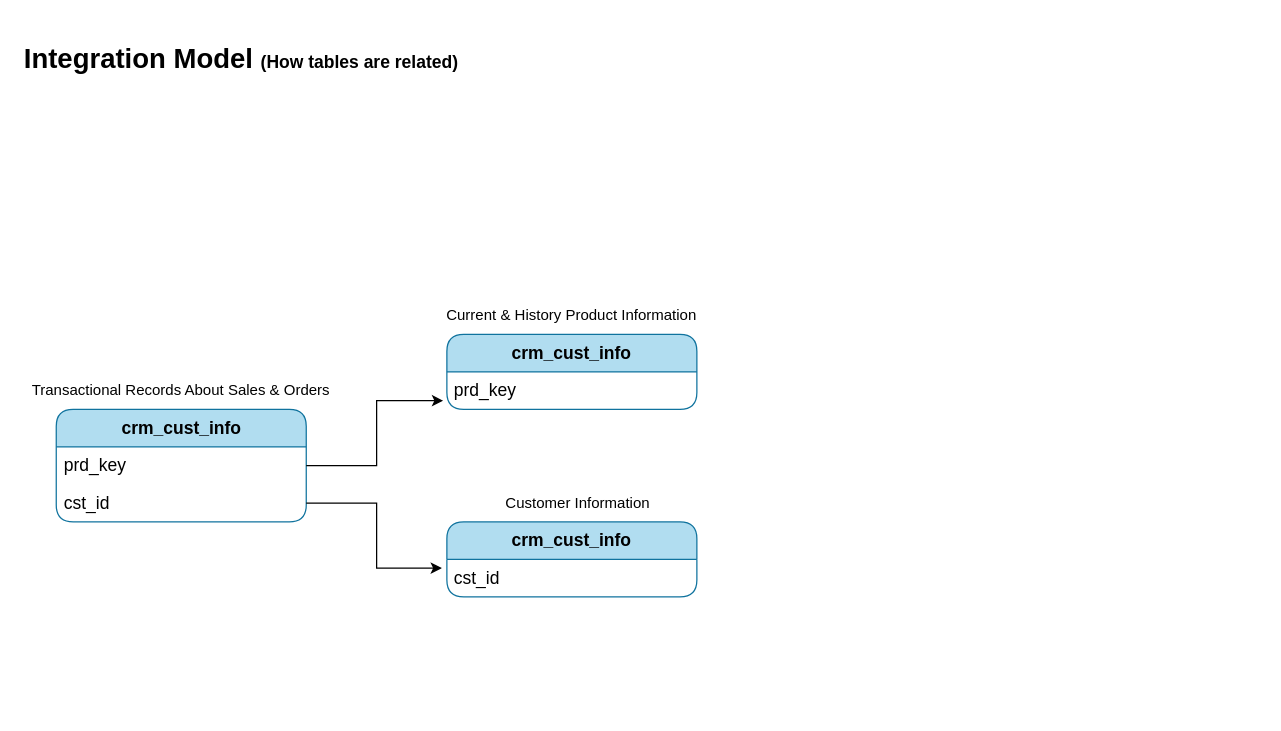
Before: DW_Project/docs/integration_diagram.drawio in martinrod46/datawarehouse_from_scratch, a draw.io diagram. Source tidied: cells renumbered, new cells numbered last; positions are measured from the earlier drawing's top-left corner, leaving out a move shared by most shapes. Both pictures are drawn from the tidied source at 125%, with x=0, y=0 at pixel (21, 21).
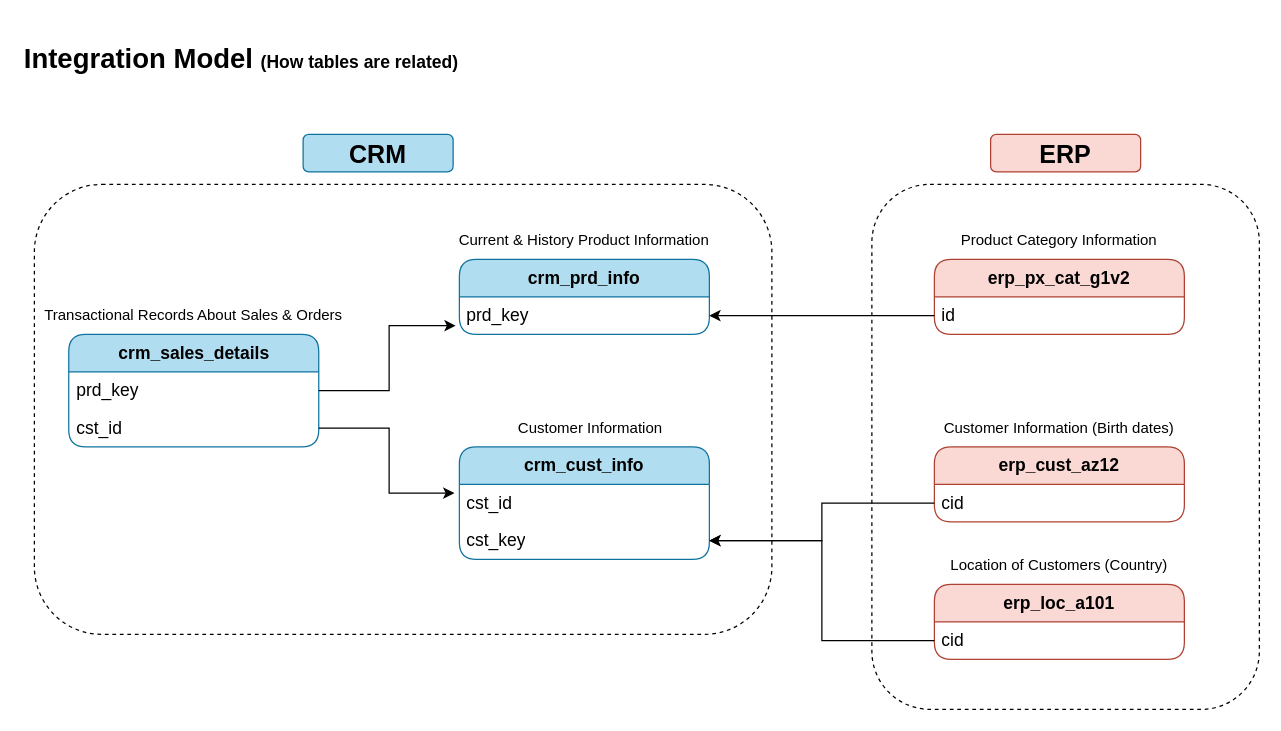
After the change.

The change refers to these unchanged cells:
```xml
<mxCell id="5" value="&lt;font style=&quot;font-size: 14px;&quot;&gt;prd_key&lt;/font&gt;" style="text;strokeColor=none;fillColor=none;align=left;verticalAlign=middle;spacingLeft=4;spacingRight=4;overflow=hidden;points=[[0,0.5],[1,0.5]];portConstraint=eastwest;whiteSpace=wrap;html=1;" parent="4" vertex="1">
  <mxGeometry y="30" width="200" height="30" as="geometry" />
</mxCell>
<mxCell id="9" value="&lt;font style=&quot;font-size: 14px;&quot;&gt;cst_id&lt;/font&gt;" style="text;strokeColor=none;fillColor=none;align=left;verticalAlign=middle;spacingLeft=4;spacingRight=4;overflow=hidden;points=[[0,0.5],[1,0.5]];portConstraint=eastwest;whiteSpace=wrap;html=1;" parent="8" vertex="1">
  <mxGeometry y="30" width="200" height="30" as="geometry" />
</mxCell>
<mxCell id="13" value="&lt;font style=&quot;font-size: 14px;&quot;&gt;prd_key&lt;/font&gt;" style="text;strokeColor=none;fillColor=none;align=left;verticalAlign=middle;spacingLeft=4;spacingRight=4;overflow=hidden;points=[[0,0.5],[1,0.5]];portConstraint=eastwest;whiteSpace=wrap;html=1;" parent="12" vertex="1">
  <mxGeometry y="30" width="200" height="30" as="geometry" />
</mxCell>
<mxCell id="14" value="&lt;font style=&quot;font-size: 14px;&quot;&gt;cst_id&lt;/font&gt;" style="text;strokeColor=none;fillColor=none;align=left;verticalAlign=middle;spacingLeft=4;spacingRight=4;overflow=hidden;points=[[0,0.5],[1,0.5]];portConstraint=eastwest;whiteSpace=wrap;html=1;" parent="12" vertex="1">
  <mxGeometry y="60" width="200" height="30" as="geometry" />
</mxCell>
```

The edit, as a diff of the source:
```diff
@@
+    <mxCell id="18" style="group;" parent="1" vertex="1">
+      <mxGeometry x="10" y="160" width="550" height="240" as="geometry" />
+    </mxCell>
-    <mxCell id="3" style="group;" parent="1" vertex="1">
-      <mxGeometry x="330" y="220" width="220" height="90" as="geometry" />
+    <mxCell id="3" style="group;" parent="18" vertex="1">
+      <mxGeometry x="330" width="220" height="90" as="geometry" />
     </mxCell>
-    <mxCell id="4" value="&lt;b&gt;&lt;font style=&quot;font-size: 14px;&quot;&gt;crm_cust_info&lt;/font&gt;&lt;/b&gt;" style="swimlane;fontStyle=0;horizontal=1;startSize=30;whiteSpace=wrap;html=1;rounded=1;fillColor=#b1ddf0;strokeColor=#10739e;" parent="3" vertex="1">
+    <mxCell id="4" value="&lt;b&gt;&lt;font style=&quot;font-size: 14px;&quot;&gt;crm_prd_info&lt;/font&gt;&lt;/b&gt;" style="swimlane;fontStyle=0;horizontal=1;startSize=30;whiteSpace=wrap;html=1;rounded=1;fillColor=#b1ddf0;strokeColor=#10739e;" parent="3" vertex="1">
       <mxGeometry x="10" y="30" width="200" height="60" as="geometry" />
     </mxCell>
@@
-    <mxCell id="7" style="group;" parent="1" vertex="1">
-      <mxGeometry x="340" y="370" width="200" height="90" as="geometry" />
+    <mxCell id="7" style="group;" parent="18" vertex="1">
+      <mxGeometry x="340" y="150" width="200" height="90" as="geometry" />
     </mxCell>
     <mxCell id="8" value="&lt;b&gt;&lt;font style=&quot;font-size: 14px;&quot;&gt;crm_cust_info&lt;/font&gt;&lt;/b&gt;" style="swimlane;fontStyle=0;horizontal=1;startSize=30;whiteSpace=wrap;html=1;rounded=1;fillColor=#b1ddf0;strokeColor=#10739e;" parent="7" vertex="1">
-      <mxGeometry y="30" width="200" height="60" as="geometry" />
+      <mxGeometry y="30" width="200" height="90" as="geometry" />
     </mxCell>
@@
+    <mxCell id="19" value="&lt;font style=&quot;font-size: 14px;&quot;&gt;cst_key&lt;/font&gt;" style="text;strokeColor=none;fillColor=none;align=left;verticalAlign=middle;spacingLeft=4;spacingRight=4;overflow=hidden;points=[[0,0.5],[1,0.5]];portConstraint=eastwest;whiteSpace=wrap;html=1;" parent="8" vertex="1">
+      <mxGeometry y="60" width="200" height="30" as="geometry" />
+    </mxCell>
@@
-    <mxCell id="11" style="group;" parent="1" vertex="1">
-      <mxGeometry y="280" width="255" height="120" as="geometry" />
+    <mxCell id="11" style="group;" parent="18" vertex="1">
+      <mxGeometry y="60" width="255" height="120" as="geometry" />
     </mxCell>
-    <mxCell id="12" value="&lt;b&gt;&lt;font style=&quot;font-size: 14px;&quot;&gt;crm_cust_info&lt;/font&gt;&lt;/b&gt;" style="swimlane;fontStyle=0;horizontal=1;startSize=30;whiteSpace=wrap;html=1;rounded=1;fillColor=#b1ddf0;strokeColor=#10739e;" parent="11" vertex="1">
+    <mxCell id="12" value="&lt;b&gt;&lt;font style=&quot;font-size: 14px;&quot;&gt;crm_sales_details&lt;/font&gt;&lt;/b&gt;" style="swimlane;fontStyle=0;horizontal=1;startSize=30;whiteSpace=wrap;html=1;rounded=1;fillColor=#b1ddf0;strokeColor=#10739e;" parent="11" vertex="1">
       <mxGeometry x="27.5" y="30" width="200" height="90" as="geometry" />
     </mxCell>
@@
-    <mxCell id="16" style="edgeStyle=orthogonalEdgeStyle;rounded=0;jettySize=auto;html=1;entryX=-0.015;entryY=0.767;entryDx=0;entryDy=0;entryPerimeter=0;" parent="1" edge="1" source="13" target="5">
+    <mxCell id="16" style="edgeStyle=orthogonalEdgeStyle;rounded=0;jettySize=auto;html=1;entryX=-0.015;entryY=0.767;entryDx=0;entryDy=0;entryPerimeter=0;" parent="18" edge="1" source="13" target="5">
       <mxGeometry relative="1" as="geometry" />
     </mxCell>
-    <mxCell id="17" style="edgeStyle=orthogonalEdgeStyle;rounded=0;jettySize=auto;html=1;entryX=-0.02;entryY=0.233;entryDx=0;entryDy=0;entryPerimeter=0;" parent="1" edge="1" source="14" target="9">
+    <mxCell id="17" style="edgeStyle=orthogonalEdgeStyle;rounded=0;jettySize=auto;html=1;entryX=-0.02;entryY=0.233;entryDx=0;entryDy=0;entryPerimeter=0;" parent="18" edge="1" source="14" target="9">
       <mxGeometry relative="1" as="geometry" />
     </mxCell>
+    <mxCell id="20" style="group;" parent="1" vertex="1">
+      <mxGeometry x="720" y="310" width="220" height="90" as="geometry" />
+    </mxCell>
+    <mxCell id="21" value="&lt;b&gt;&lt;font style=&quot;font-size: 14px;&quot;&gt;erp_cust_az12&lt;/font&gt;&lt;/b&gt;" style="swimlane;fontStyle=0;horizontal=1;startSize=30;whiteSpace=wrap;html=1;rounded=1;fillColor=#fad9d5;strokeColor=#ae4132;" parent="20" vertex="1">
+      <mxGeometry x="10" y="30" width="200" height="60" as="geometry" />
+    </mxCell>
+    <mxCell id="22" value="&lt;font style=&quot;font-size: 14px;&quot;&gt;cid&lt;/font&gt;" style="text;strokeColor=none;fillColor=none;align=left;verticalAlign=middle;spacingLeft=4;spacingRight=4;overflow=hidden;points=[[0,0.5],[1,0.5]];portConstraint=eastwest;whiteSpace=wrap;html=1;" parent="21" vertex="1">
+      <mxGeometry y="30" width="200" height="30" as="geometry" />
+    </mxCell>
+    <mxCell id="23" value="Customer Information (Birth dates)" style="rounded=0;whiteSpace=wrap;html=1;strokeColor=none;fillColor=none;" parent="20" vertex="1">
+      <mxGeometry width="220" height="30" as="geometry" />
+    </mxCell>
+    <mxCell id="24" style="group;" parent="1" vertex="1">
+      <mxGeometry x="720" y="420" width="220" height="90" as="geometry" />
+    </mxCell>
+    <mxCell id="25" value="&lt;b&gt;&lt;font style=&quot;font-size: 14px;&quot;&gt;erp_loc_a101&lt;/font&gt;&lt;/b&gt;" style="swimlane;fontStyle=0;horizontal=1;startSize=30;whiteSpace=wrap;html=1;rounded=1;fillColor=#fad9d5;strokeColor=#ae4132;" parent="24" vertex="1">
+      <mxGeometry x="10" y="30" width="200" height="60" as="geometry" />
+    </mxCell>
+    <mxCell id="26" value="&lt;font style=&quot;font-size: 14px;&quot;&gt;cid&lt;/font&gt;" style="text;strokeColor=none;fillColor=none;align=left;verticalAlign=middle;spacingLeft=4;spacingRight=4;overflow=hidden;points=[[0,0.5],[1,0.5]];portConstraint=eastwest;whiteSpace=wrap;html=1;" parent="25" vertex="1">
+      <mxGeometry y="30" width="200" height="30" as="geometry" />
+    </mxCell>
+    <mxCell id="27" value="Location of Customers (Country)" style="rounded=0;whiteSpace=wrap;html=1;strokeColor=none;fillColor=none;" parent="24" vertex="1">
+      <mxGeometry width="220" height="30" as="geometry" />
+    </mxCell>
+    <mxCell id="28" style="edgeStyle=orthogonalEdgeStyle;rounded=0;jettySize=auto;html=1;entryX=1;entryY=0.5;entryDx=0;entryDy=0;" parent="1" edge="1" source="26" target="19">
+      <mxGeometry relative="1" as="geometry" />
+    </mxCell>
+    <mxCell id="29" style="edgeStyle=orthogonalEdgeStyle;rounded=0;jettySize=auto;html=1;entryX=1;entryY=0.5;entryDx=0;entryDy=0;" parent="1" edge="1" source="22" target="19">
+      <mxGeometry relative="1" as="geometry" />
+    </mxCell>
+    <mxCell id="30" style="group;" parent="1" vertex="1">
+      <mxGeometry x="720" y="160" width="220" height="90" as="geometry" />
+    </mxCell>
+    <mxCell id="31" value="&lt;b&gt;&lt;font style=&quot;font-size: 14px;&quot;&gt;erp_px_cat_g1v2&lt;/font&gt;&lt;/b&gt;" style="swimlane;fontStyle=0;horizontal=1;startSize=30;whiteSpace=wrap;html=1;rounded=1;fillColor=#fad9d5;strokeColor=#ae4132;" parent="30" vertex="1">
+      <mxGeometry x="10" y="30" width="200" height="60" as="geometry" />
+    </mxCell>
+    <mxCell id="32" value="&lt;font style=&quot;font-size: 14px;&quot;&gt;id&lt;/font&gt;" style="text;strokeColor=none;fillColor=none;align=left;verticalAlign=middle;spacingLeft=4;spacingRight=4;overflow=hidden;points=[[0,0.5],[1,0.5]];portConstraint=eastwest;whiteSpace=wrap;html=1;" parent="31" vertex="1">
+      <mxGeometry y="30" width="200" height="30" as="geometry" />
+    </mxCell>
+    <mxCell id="33" value="Product Category Information" style="rounded=0;whiteSpace=wrap;html=1;strokeColor=none;fillColor=none;" parent="30" vertex="1">
+      <mxGeometry width="220" height="30" as="geometry" />
+    </mxCell>
+    <mxCell id="34" style="edgeStyle=orthogonalEdgeStyle;rounded=0;jettySize=auto;html=1;" parent="1" edge="1" source="32" target="5">
+      <mxGeometry relative="1" as="geometry" />
+    </mxCell>
+    <mxCell id="35" style="rounded=1;whiteSpace=wrap;html=1;fillColor=none;strokeColor=default;dashed=1;" parent="1" vertex="1">
+      <mxGeometry x="10" y="130" width="590" height="360" as="geometry" />
+    </mxCell>
+    <mxCell id="36" style="rounded=1;whiteSpace=wrap;html=1;fillColor=none;strokeColor=default;dashed=1;" parent="1" vertex="1">
+      <mxGeometry x="680" y="130" width="310" height="420" as="geometry" />
+    </mxCell>
+    <mxCell id="37" value="&lt;font style=&quot;font-size: 20px;&quot;&gt;&lt;b&gt;CRM&lt;/b&gt;&lt;/font&gt;" style="rounded=1;whiteSpace=wrap;html=1;fillColor=#b1ddf0;strokeColor=#10739e;" parent="1" vertex="1">
+      <mxGeometry x="225" y="90" width="120" height="30" as="geometry" />
+    </mxCell>
+    <mxCell id="38" value="&lt;font style=&quot;font-size: 20px;&quot;&gt;&lt;b&gt;ERP&lt;/b&gt;&lt;/font&gt;" style="rounded=1;whiteSpace=wrap;html=1;fillColor=#fad9d5;strokeColor=#ae4132;" parent="1" vertex="1">
+      <mxGeometry x="775" y="90" width="120" height="30" as="geometry" />
+    </mxCell>
```
